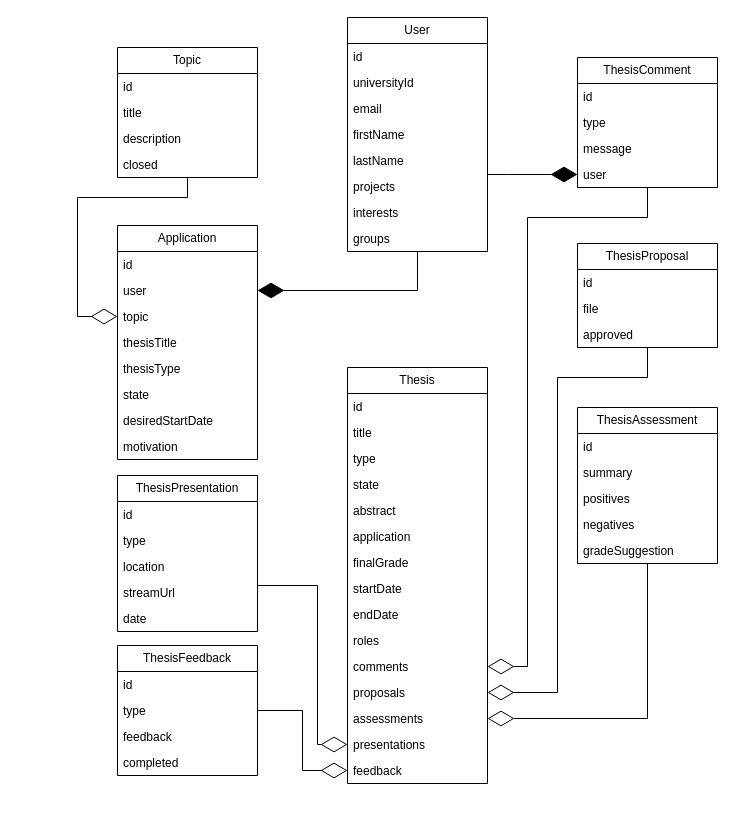
Above: database-classes.drawio in fabian-emilius/bachelor-thesis-charts (draw.io), before the change. Source tidied: cells renumbered, new cells numbered last; positions are measured from the earlier drawing's top-left corner, leaving out a move shared by most shapes. Both pictures are drawn from the tidied source at 100%, with x=0, y=0 at pixel (77, 17).
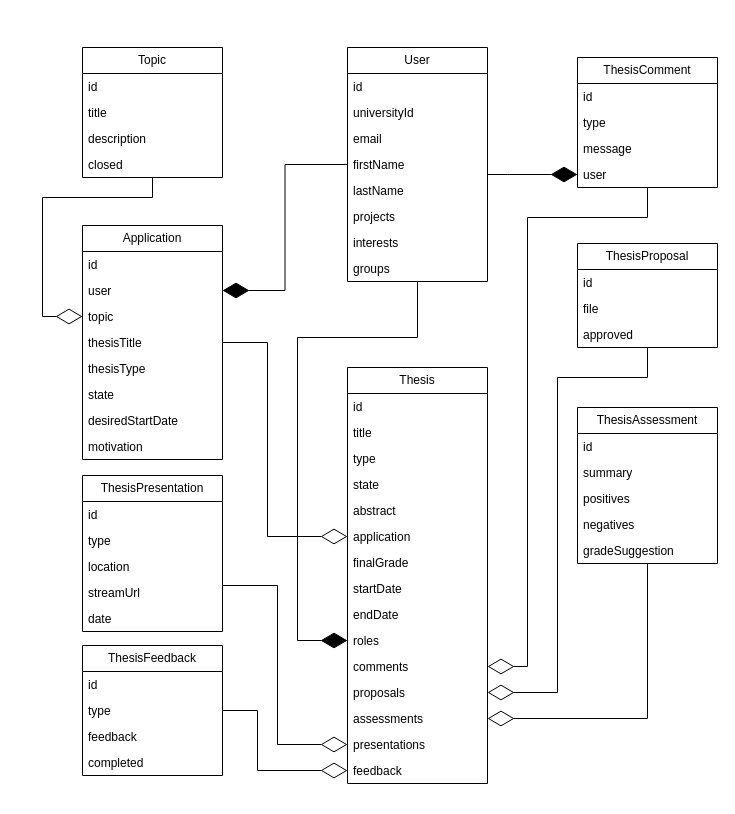
Above is the later version.

The change refers to these unchanged cells:
```xml
<mxCell id="5" value="topic" style="text;strokeColor=none;fillColor=none;align=left;verticalAlign=top;spacingLeft=4;spacingRight=4;overflow=hidden;points=[[0,0.5],[1,0.5]];portConstraint=eastwest;whiteSpace=wrap;html=1;" parent="2" vertex="1">
  <mxGeometry y="78" width="140" height="26" as="geometry" />
</mxCell>
<mxCell id="17" value="application" style="text;strokeColor=none;fillColor=none;align=left;verticalAlign=top;spacingLeft=4;spacingRight=4;overflow=hidden;points=[[0,0.5],[1,0.5]];portConstraint=eastwest;whiteSpace=wrap;html=1;" parent="11" vertex="1">
  <mxGeometry y="156" width="140" height="26" as="geometry" />
</mxCell>
<mxCell id="21" value="roles" style="text;strokeColor=none;fillColor=none;align=left;verticalAlign=top;spacingLeft=4;spacingRight=4;overflow=hidden;points=[[0,0.5],[1,0.5]];portConstraint=eastwest;whiteSpace=wrap;html=1;" parent="11" vertex="1">
  <mxGeometry y="260" width="140" height="26" as="geometry" />
</mxCell>
<mxCell id="25" value="presentations" style="text;strokeColor=none;fillColor=none;align=left;verticalAlign=top;spacingLeft=4;spacingRight=4;overflow=hidden;points=[[0,0.5],[1,0.5]];portConstraint=eastwest;whiteSpace=wrap;html=1;" parent="11" vertex="1">
  <mxGeometry y="364" width="140" height="26" as="geometry" />
</mxCell>
<mxCell id="26" value="feedback" style="text;strokeColor=none;fillColor=none;align=left;verticalAlign=top;spacingLeft=4;spacingRight=4;overflow=hidden;points=[[0,0.5],[1,0.5]];portConstraint=eastwest;whiteSpace=wrap;html=1;" parent="11" vertex="1">
  <mxGeometry y="390" width="140" height="26" as="geometry" />
</mxCell>
```

Change to the diagram source:
```diff
@@
     <mxCell id="2" value="Application" style="swimlane;fontStyle=0;horizontal=1;startSize=26;fillColor=none;whiteSpace=wrap;html=1;" parent="1" vertex="1">
-      <mxGeometry x="40" y="208" width="140" height="234" as="geometry" />
+      <mxGeometry x="5" y="208" width="140" height="234" as="geometry" />
     </mxCell>
@@
     <mxCell id="38" value="ThesisFeedback" style="swimlane;fontStyle=0;horizontal=1;startSize=26;fillColor=none;whiteSpace=wrap;html=1;" parent="1" vertex="1">
-      <mxGeometry x="40" y="628" width="140" height="130" as="geometry" />
+      <mxGeometry x="5" y="628" width="140" height="130" as="geometry" />
     </mxCell>
@@
     <mxCell id="43" value="User" style="swimlane;fontStyle=0;horizontal=1;startSize=26;fillColor=none;whiteSpace=wrap;html=1;" parent="1" vertex="1">
-      <mxGeometry x="270" width="140" height="234" as="geometry" />
+      <mxGeometry x="270" y="30" width="140" height="234" as="geometry" />
     </mxCell>
@@
     <mxCell id="52" value="ThesisPresentation" style="swimlane;fontStyle=0;horizontal=1;startSize=26;fillColor=none;whiteSpace=wrap;html=1;" parent="1" vertex="1">
-      <mxGeometry x="40" y="458" width="140" height="156" as="geometry" />
+      <mxGeometry x="5" y="458" width="140" height="156" as="geometry" />
     </mxCell>
@@
     <mxCell id="62" value="Topic" style="swimlane;fontStyle=0;horizontal=1;startSize=26;fillColor=none;whiteSpace=wrap;html=1;" parent="1" vertex="1">
-      <mxGeometry x="40" y="30" width="140" height="130" as="geometry" />
+      <mxGeometry x="5" y="30" width="140" height="130" as="geometry" />
     </mxCell>
@@
     <mxCell id="69" style="endArrow=diamondThin;endFill=0;endSize=24;html=1;rounded=0;entryX=0;entryY=0.5;entryDx=0;entryDy=0;edgeStyle=orthogonalEdgeStyle;" parent="1" edge="1" source="62" target="5">
       <mxGeometry relative="1" as="geometry">
         <Array as="points">
-          <mxPoint x="110" y="180" />
-          <mxPoint y="180" />
-          <mxPoint y="299" />
+          <mxPoint x="75" y="180" />
+          <mxPoint x="-35" y="180" />
+          <mxPoint x="-35" y="299" />
         </Array>
       </mxGeometry>
     </mxCell>
@@
     <mxCell id="73" style="endArrow=diamondThin;endFill=0;endSize=24;html=1;rounded=0;entryX=0;entryY=0.5;entryDx=0;entryDy=0;edgeStyle=orthogonalEdgeStyle;" parent="1" edge="1" source="52" target="25">
       <mxGeometry relative="1" as="geometry">
         <Array as="points">
-          <mxPoint x="240" y="568" />
-          <mxPoint x="240" y="727" />
+          <mxPoint x="200" y="568" />
+          <mxPoint x="200" y="727" />
         </Array>
       </mxGeometry>
     </mxCell>
     <mxCell id="74" style="endArrow=diamondThin;endFill=0;endSize=24;html=1;rounded=0;entryX=0;entryY=0.5;entryDx=0;entryDy=0;edgeStyle=orthogonalEdgeStyle;" parent="1" edge="1" source="38" target="26">
-      <mxGeometry relative="1" as="geometry" />
+      <mxGeometry relative="1" as="geometry">
+        <Array as="points">
+          <mxPoint x="180" y="693" />
+          <mxPoint x="180" y="753" />
+        </Array>
+      </mxGeometry>
     </mxCell>
+    <mxCell id="75" style="endArrow=diamondThin;endFill=1;endSize=24;html=1;rounded=0;entryX=0;entryY=0.5;entryDx=0;entryDy=0;edgeStyle=orthogonalEdgeStyle;" parent="1" edge="1" source="43" target="21">
+      <mxGeometry relative="1" as="geometry">
+        <Array as="points">
+          <mxPoint x="340" y="320" />
+          <mxPoint x="220" y="320" />
+          <mxPoint x="220" y="623" />
+        </Array>
+      </mxGeometry>
+    </mxCell>
+    <mxCell id="76" style="endArrow=diamondThin;endFill=0;endSize=24;html=1;rounded=0;entryX=0;entryY=0.5;entryDx=0;entryDy=0;edgeStyle=orthogonalEdgeStyle;" parent="1" edge="1" source="2" target="17">
+      <mxGeometry relative="1" as="geometry">
+        <Array as="points">
+          <mxPoint x="190" y="325" />
+          <mxPoint x="190" y="519" />
+        </Array>
+      </mxGeometry>
+    </mxCell>
```
